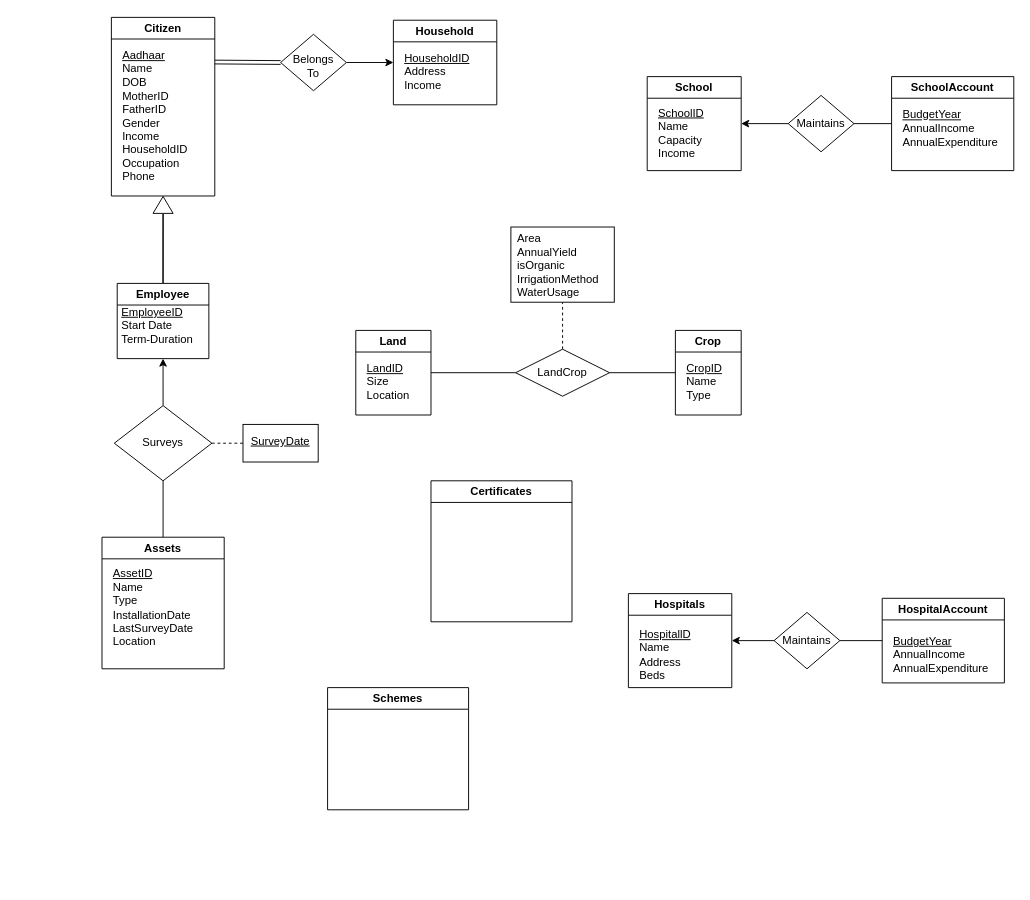
This is Entity_Relation_Diagram.drawio from RG-04/Gram-Panchayat-Management-System, a draw.io file, before an edit. Source tidied: cells renumbered, new cells numbered last; positions are measured from the earlier drawing's top-left corner, leaving out a move shared by most shapes. Both pictures are drawn from the tidied source at 94%, with x=0, y=0 at pixel (102, 17).
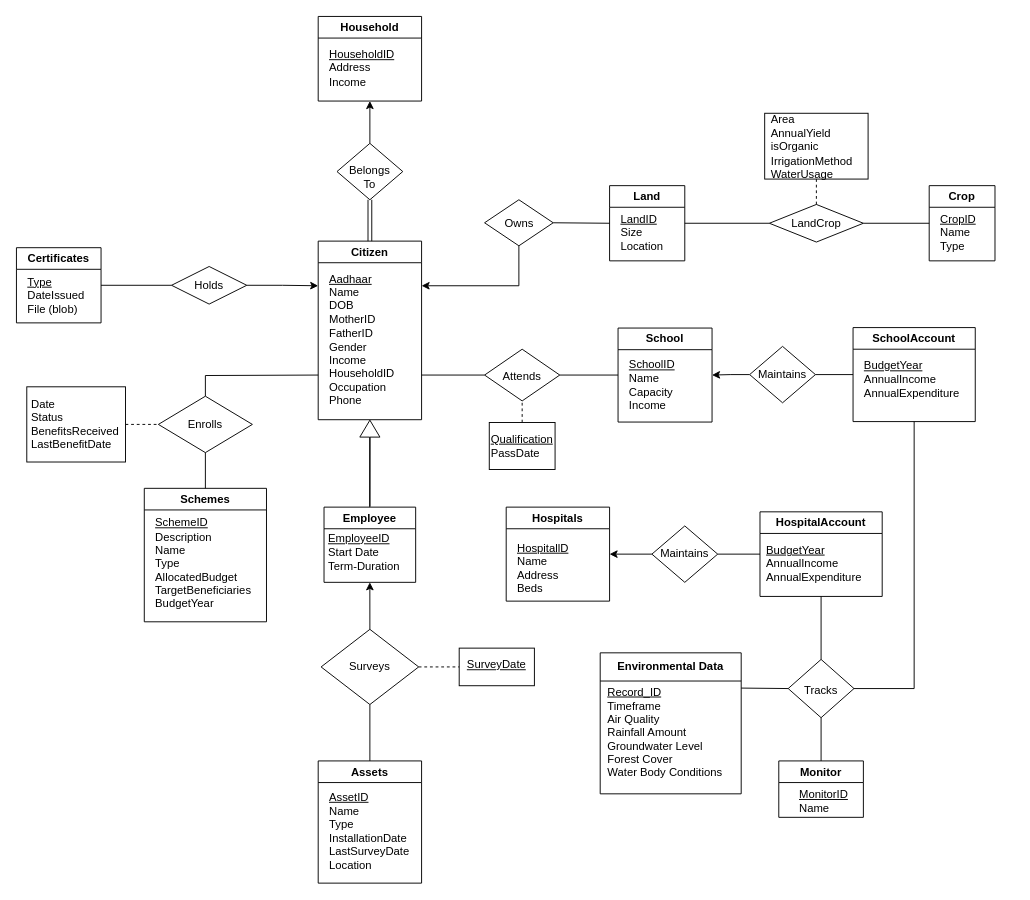
The same page after the edit.

Commit message:
erd draft done

What changed in the source:
```diff
@@
     <mxCell id="2" value="Citizen" style="swimlane;whiteSpace=wrap;html=1;" parent="1" vertex="1">
-      <mxGeometry x="10" width="110" height="190" as="geometry" />
+      <mxGeometry x="230" y="238" width="110" height="190" as="geometry" />
     </mxCell>
@@
-    <mxCell id="4" value="Certificates" style="swimlane;whiteSpace=wrap;html=1;" parent="1" vertex="1">
-      <mxGeometry x="350" y="493" width="150" height="150" as="geometry" />
-    </mxCell>
     <mxCell id="5" value="Land" style="swimlane;whiteSpace=wrap;html=1;" parent="1" vertex="1">
-      <mxGeometry x="270" y="333" width="80" height="90" as="geometry" />
+      <mxGeometry x="540" y="179" width="80" height="80" as="geometry" />
     </mxCell>
     <mxCell id="6" value="&lt;u&gt;LandID&lt;/u&gt;&lt;div&gt;Size&lt;/div&gt;&lt;div&gt;Location&lt;/div&gt;" style="text;html=1;align=left;verticalAlign=middle;whiteSpace=wrap;rounded=0;" parent="5" vertex="1">
-      <mxGeometry x="10" y="30" width="65" height="50" as="geometry" />
+      <mxGeometry x="10" y="30" width="65" height="40" as="geometry" />
     </mxCell>
     <mxCell id="7" value="Household" style="swimlane;whiteSpace=wrap;html=1;" parent="1" vertex="1">
-      <mxGeometry x="310" y="3" width="110" height="90" as="geometry" />
+      <mxGeometry x="230" y="-1" width="110" height="90" as="geometry" />
     </mxCell>
@@
     <mxCell id="9" value="School" style="swimlane;whiteSpace=wrap;html=1;" parent="1" vertex="1">
-      <mxGeometry x="580" y="63" width="100" height="100" as="geometry" />
+      <mxGeometry x="549" y="330.5" width="100" height="100" as="geometry" />
     </mxCell>
@@
     <mxCell id="11" value="Crop" style="swimlane;whiteSpace=wrap;html=1;" parent="1" vertex="1">
-      <mxGeometry x="610" y="333" width="70" height="90" as="geometry" />
+      <mxGeometry x="880" y="179" width="70" height="80" as="geometry" />
     </mxCell>
     <mxCell id="12" value="&lt;u&gt;CropID&lt;/u&gt;&lt;div&gt;Name&lt;/div&gt;&lt;div&gt;Type&lt;/div&gt;" style="text;html=1;align=left;verticalAlign=middle;whiteSpace=wrap;rounded=0;" parent="11" vertex="1">
-      <mxGeometry x="10" y="30" width="60" height="50" as="geometry" />
+      <mxGeometry x="10" y="30" width="60" height="40" as="geometry" />
     </mxCell>
     <mxCell id="13" value="SchoolAccount" style="swimlane;whiteSpace=wrap;html=1;" parent="1" vertex="1">
-      <mxGeometry x="840" y="63" width="130" height="100" as="geometry" />
+      <mxGeometry x="799" y="330" width="130" height="100" as="geometry" />
     </mxCell>
@@
     <mxCell id="15" value="HospitalAccount" style="swimlane;whiteSpace=wrap;html=1;" parent="1" vertex="1">
-      <mxGeometry x="830" y="618" width="130" height="90" as="geometry" />
+      <mxGeometry x="700" y="526" width="130" height="90" as="geometry" />
     </mxCell>
     <mxCell id="16" value="&lt;div&gt;&lt;span style=&quot;background-color: transparent; color: light-dark(rgb(0, 0, 0), rgb(255, 255, 255));&quot;&gt;&lt;u&gt;BudgetYear&lt;/u&gt;&lt;/span&gt;&lt;/div&gt;&lt;div&gt;AnnualIncome&lt;/div&gt;&lt;div&gt;AnnualExpenditure&lt;/div&gt;" style="text;html=1;align=left;verticalAlign=middle;whiteSpace=wrap;rounded=0;" parent="15" vertex="1">
-      <mxGeometry x="10" y="35" width="110" height="50" as="geometry" />
+      <mxGeometry x="5" y="30" width="110" height="50" as="geometry" />
     </mxCell>
     <mxCell id="17" value="Hospitals" style="swimlane;whiteSpace=wrap;html=1;" parent="1" vertex="1">
-      <mxGeometry x="560" y="613" width="110" height="100" as="geometry" />
+      <mxGeometry x="430" y="521" width="110" height="100" as="geometry" />
     </mxCell>
@@
     <mxCell id="19" value="Schemes" style="swimlane;whiteSpace=wrap;html=1;" parent="1" vertex="1">
-      <mxGeometry x="240" y="713" width="150" height="130" as="geometry" />
+      <mxGeometry x="45" y="501" width="130" height="142" as="geometry" />
     </mxCell>
+    <mxCell id="51" value="&lt;div&gt;&lt;u&gt;SchemeID&lt;/u&gt;&lt;/div&gt;&lt;div&gt;Description&lt;/div&gt;&lt;div&gt;Name&lt;/div&gt;&lt;div&gt;Type&lt;/div&gt;&lt;div&gt;AllocatedBudget&lt;/div&gt;&lt;div&gt;TargetBeneficiaries&lt;/div&gt;&lt;div&gt;BudgetYear&lt;/div&gt;" style="text;html=1;align=left;verticalAlign=middle;whiteSpace=wrap;rounded=0;" parent="19" vertex="1">
+      <mxGeometry x="10" y="25" width="115" height="110" as="geometry" />
+    </mxCell>
     <mxCell id="20" value="Assets" style="swimlane;whiteSpace=wrap;html=1;startSize=23;" parent="1" vertex="1">
-      <mxGeometry y="553" width="130" height="140" as="geometry" />
+      <mxGeometry x="230" y="791" width="110" height="130" as="geometry" />
     </mxCell>
@@
     <mxCell id="22" value="Employee" style="swimlane;whiteSpace=wrap;html=1;" parent="1" vertex="1">
-      <mxGeometry x="16.2" y="283" width="97.5" height="80" as="geometry" />
+      <mxGeometry x="236.2" y="521" width="97.5" height="80" as="geometry" />
     </mxCell>
     <mxCell id="23" value="&lt;div&gt;&lt;u&gt;EmployeeID&lt;/u&gt;&lt;/div&gt;&lt;div&gt;&lt;span style=&quot;background-color: transparent; color: light-dark(rgb(0, 0, 0), rgb(255, 255, 255));&quot;&gt;Start Date&lt;/span&gt;&lt;/div&gt;&lt;div&gt;Term-Duration&lt;/div&gt;" style="text;html=1;align=left;verticalAlign=middle;whiteSpace=wrap;rounded=0;" parent="22" vertex="1">
-      <mxGeometry x="3.1" y="20" width="85" height="50" as="geometry" />
+      <mxGeometry x="3.1" y="23" width="85" height="50" as="geometry" />
     </mxCell>
@@
     <mxCell id="25" style="rhombus;whiteSpace=wrap;html=1;" parent="1" vertex="1">
-      <mxGeometry x="440" y="353" width="100" height="50" as="geometry" />
+      <mxGeometry x="710" y="199" width="100" height="40" as="geometry" />
     </mxCell>
     <mxCell id="26" value="LandCrop" style="text;html=1;align=center;verticalAlign=middle;whiteSpace=wrap;rounded=0;" parent="1" vertex="1">
-      <mxGeometry x="460" y="363" width="60" height="30" as="geometry" />
+      <mxGeometry x="730" y="209" width="60" height="20" as="geometry" />
     </mxCell>
@@
     <mxCell id="30" style="rounded=0;whiteSpace=wrap;html=1;" parent="1" vertex="1">
-      <mxGeometry x="435" y="223" width="110" height="80" as="geometry" />
+      <mxGeometry x="705" y="102" width="110" height="70" as="geometry" />
     </mxCell>
     <mxCell id="31" value="&lt;div&gt;Area&lt;/div&gt;&lt;div&gt;&lt;span style=&quot;background-color: transparent; color: light-dark(rgb(0, 0, 0), rgb(255, 255, 255));&quot;&gt;AnnualYield&lt;/span&gt;&lt;/div&gt;&lt;div&gt;&lt;span style=&quot;background-color: transparent; color: light-dark(rgb(0, 0, 0), rgb(255, 255, 255));&quot;&gt;isOrganic&lt;/span&gt;&lt;/div&gt;&lt;div&gt;&lt;span style=&quot;background-color: transparent; color: light-dark(rgb(0, 0, 0), rgb(255, 255, 255));&quot;&gt;IrrigationMethod&lt;/span&gt;&lt;/div&gt;&lt;div&gt;&lt;span style=&quot;background-color: transparent; color: light-dark(rgb(0, 0, 0), rgb(255, 255, 255));&quot;&gt;WaterUsage&lt;/span&gt;&lt;/div&gt;&lt;div&gt;&lt;br&gt;&lt;/div&gt;" style="text;html=1;align=left;verticalAlign=middle;whiteSpace=wrap;rounded=0;" parent="1" vertex="1">
-      <mxGeometry x="440" y="238" width="100" height="65" as="geometry" />
+      <mxGeometry x="710" y="117" width="100" height="55" as="geometry" />
     </mxCell>
@@
     <mxCell id="33" style="rhombus;whiteSpace=wrap;html=1;" parent="1" vertex="1">
-      <mxGeometry x="13.1" y="413" width="103.8" height="80" as="geometry" />
+      <mxGeometry x="233.1" y="651" width="103.8" height="80" as="geometry" />
     </mxCell>
     <mxCell id="34" value="&lt;div&gt;Surveys&lt;/div&gt;" style="text;html=1;align=center;verticalAlign=middle;whiteSpace=wrap;rounded=0;" parent="1" vertex="1">
-      <mxGeometry x="30.9" y="435.5" width="68.1" height="35" as="geometry" />
+      <mxGeometry x="250.9" y="673.5" width="68.1" height="35" as="geometry" />
     </mxCell>
@@
-    <mxCell id="36" style="endArrow=none;dashed=1;html=1;rounded=0;exitX=1;exitY=0.5;exitDx=0;exitDy=0;" parent="1" edge="1" source="33" target="37">
-      <mxGeometry relative="1" as="geometry" />
-    </mxCell>
     <mxCell id="37" style="rounded=0;whiteSpace=wrap;html=1;" parent="1" vertex="1">
-      <mxGeometry x="150" y="433" width="80" height="40" as="geometry" />
+      <mxGeometry x="380" y="671" width="80" height="40" as="geometry" />
     </mxCell>
     <mxCell id="38" value="&lt;u&gt;SurveyDate&lt;/u&gt;" style="text;html=1;align=center;verticalAlign=middle;whiteSpace=wrap;rounded=0;" parent="1" vertex="1">
-      <mxGeometry x="160" y="435.5" width="60" height="30" as="geometry" />
+      <mxGeometry x="390" y="673.5" width="60" height="30" as="geometry" />
     </mxCell>
@@
     <mxCell id="40" style="rhombus;whiteSpace=wrap;html=1;" parent="1" vertex="1">
-      <mxGeometry x="730" y="83" width="70" height="60" as="geometry" />
+      <mxGeometry x="689" y="350" width="70" height="60" as="geometry" />
     </mxCell>
     <mxCell id="41" value="Maintains" style="text;html=1;align=center;verticalAlign=middle;whiteSpace=wrap;rounded=0;" parent="1" vertex="1">
-      <mxGeometry x="735" y="98" width="60" height="30" as="geometry" />
+      <mxGeometry x="694" y="365" width="60" height="30" as="geometry" />
     </mxCell>
@@
     <mxCell id="44" style="rhombus;whiteSpace=wrap;html=1;" parent="1" vertex="1">
-      <mxGeometry x="715" y="633" width="70" height="60" as="geometry" />
+      <mxGeometry x="585" y="541" width="70" height="60" as="geometry" />
     </mxCell>
     <mxCell id="45" value="Maintains" style="text;html=1;align=center;verticalAlign=middle;whiteSpace=wrap;rounded=0;" parent="1" vertex="1">
-      <mxGeometry x="720" y="648" width="60" height="30" as="geometry" />
+      <mxGeometry x="590" y="556" width="60" height="30" as="geometry" />
     </mxCell>
@@
-    <mxCell id="47" style="edgeStyle=orthogonalEdgeStyle;rounded=0;jettySize=auto;html=1;entryX=0;entryY=0.5;entryDx=0;entryDy=0;" parent="1" edge="1" source="48" target="7">
+    <mxCell id="47" style="edgeStyle=orthogonalEdgeStyle;rounded=0;jettySize=auto;html=1;entryX=0.5;entryY=1;entryDx=0;entryDy=0;exitX=0.5;exitY=0;exitDx=0;exitDy=0;" parent="1" edge="1" source="48" target="7">
       <mxGeometry relative="1" as="geometry" />
     </mxCell>
     <mxCell id="48" style="rhombus;whiteSpace=wrap;html=1;" parent="1" vertex="1">
-      <mxGeometry x="190" y="18" width="70" height="60" as="geometry" />
+      <mxGeometry x="250" y="134" width="70" height="60" as="geometry" />
     </mxCell>
     <mxCell id="49" value="Belongs To" style="text;html=1;align=center;verticalAlign=middle;whiteSpace=wrap;rounded=0;" parent="1" vertex="1">
-      <mxGeometry x="195" y="37" width="60" height="30" as="geometry" />
+      <mxGeometry x="255" y="155" width="60" height="30" as="geometry" />
     </mxCell>
-    <mxCell id="50" style="shape=link;html=1;rounded=0;exitX=1;exitY=0.25;exitDx=0;exitDy=0;entryX=0;entryY=0.5;entryDx=0;entryDy=0;" parent="1" edge="1" source="2" target="48">
+    <mxCell id="50" style="shape=link;html=1;rounded=0;exitX=0.5;exitY=0;exitDx=0;exitDy=0;entryX=0.5;entryY=1;entryDx=0;entryDy=0;" parent="1" edge="1" source="2" target="48">
       <mxGeometry relative="1" as="geometry" />
     </mxCell>
+    <mxCell id="52" style="rhombus;whiteSpace=wrap;html=1;" parent="1" vertex="1">
+      <mxGeometry x="407" y="353" width="80" height="55" as="geometry" />
+    </mxCell>
+    <mxCell id="53" value="Attends" style="text;html=1;align=center;verticalAlign=middle;whiteSpace=wrap;rounded=0;" parent="1" vertex="1">
+      <mxGeometry x="417" y="366.5" width="60" height="30" as="geometry" />
+    </mxCell>
+    <mxCell id="54" style="endArrow=none;html=1;rounded=0;exitX=1;exitY=0.5;exitDx=0;exitDy=0;entryX=0;entryY=0.5;entryDx=0;entryDy=0;" parent="1" edge="1" source="52" target="9">
+      <mxGeometry relative="1" as="geometry" />
+    </mxCell>
+    <mxCell id="55" style="endArrow=none;html=1;rounded=0;entryX=0;entryY=0.5;entryDx=0;entryDy=0;exitX=1;exitY=0.75;exitDx=0;exitDy=0;" parent="1" edge="1" source="2" target="52">
+      <mxGeometry relative="1" as="geometry" />
+    </mxCell>
+    <mxCell id="56" style="endArrow=none;dashed=1;html=1;rounded=0;entryX=0.5;entryY=1;entryDx=0;entryDy=0;" parent="1" edge="1" target="52">
+      <mxGeometry relative="1" as="geometry">
+        <mxPoint x="447" y="431" as="sourcePoint" />
+      </mxGeometry>
+    </mxCell>
+    <mxCell id="57" style="rounded=0;whiteSpace=wrap;html=1;" parent="1" vertex="1">
+      <mxGeometry x="412" y="431" width="70" height="50" as="geometry" />
+    </mxCell>
+    <mxCell id="58" value="&lt;u&gt;Qualification&lt;/u&gt;&lt;div&gt;PassDate&lt;/div&gt;" style="text;html=1;align=left;verticalAlign=middle;whiteSpace=wrap;rounded=0;" parent="1" vertex="1">
+      <mxGeometry x="412" y="436" width="75" height="40" as="geometry" />
+    </mxCell>
+    <mxCell id="4" value="Certificates" style="swimlane;whiteSpace=wrap;html=1;" parent="1" vertex="1">
+      <mxGeometry x="-91" y="245" width="90" height="80" as="geometry" />
+    </mxCell>
+    <mxCell id="59" value="&lt;u&gt;Type&lt;/u&gt;&lt;div&gt;DateIssued&lt;/div&gt;&lt;div&gt;File (blob)&lt;/div&gt;" style="text;html=1;align=left;verticalAlign=middle;whiteSpace=wrap;rounded=0;" parent="4" vertex="1">
+      <mxGeometry x="10" y="26" width="70" height="50" as="geometry" />
+    </mxCell>
+    <mxCell id="60" style="rhombus;whiteSpace=wrap;html=1;" parent="1" vertex="1">
+      <mxGeometry x="74" y="265" width="80" height="40" as="geometry" />
+    </mxCell>
+    <mxCell id="61" value="Holds" style="text;html=1;align=center;verticalAlign=middle;whiteSpace=wrap;rounded=0;" parent="1" vertex="1">
+      <mxGeometry x="84" y="270" width="60" height="30" as="geometry" />
+    </mxCell>
+    <mxCell id="62" style="endArrow=none;html=1;rounded=0;entryX=1;entryY=0.5;entryDx=0;entryDy=0;exitX=0;exitY=0.5;exitDx=0;exitDy=0;" parent="1" edge="1" source="60" target="4">
+      <mxGeometry relative="1" as="geometry" />
+    </mxCell>
+    <mxCell id="63" style="endArrow=none;html=1;rounded=0;entryX=0;entryY=0.75;entryDx=0;entryDy=0;exitX=0.5;exitY=0;exitDx=0;exitDy=0;" parent="1" edge="1" source="64" target="2">
+      <mxGeometry relative="1" as="geometry">
+        <Array as="points">
+          <mxPoint x="110" y="381" />
+        </Array>
+      </mxGeometry>
+    </mxCell>
+    <mxCell id="64" style="rhombus;whiteSpace=wrap;html=1;" parent="1" vertex="1">
+      <mxGeometry x="60" y="403" width="100" height="60" as="geometry" />
+    </mxCell>
+    <mxCell id="65" value="Enrolls" style="text;html=1;align=center;verticalAlign=middle;whiteSpace=wrap;rounded=0;" parent="1" vertex="1">
+      <mxGeometry x="80" y="420.5" width="60" height="25" as="geometry" />
+    </mxCell>
+    <mxCell id="66" style="endArrow=none;html=1;rounded=0;entryX=0.5;entryY=1;entryDx=0;entryDy=0;exitX=0.5;exitY=0;exitDx=0;exitDy=0;" parent="1" edge="1" source="19" target="64">
+      <mxGeometry relative="1" as="geometry" />
+    </mxCell>
+    <mxCell id="67" style="edgeStyle=orthogonalEdgeStyle;rounded=0;jettySize=auto;html=1;entryX=0;entryY=0.25;entryDx=0;entryDy=0;exitX=1;exitY=0.5;exitDx=0;exitDy=0;" parent="1" edge="1" source="60" target="2">
+      <mxGeometry relative="1" as="geometry" />
+    </mxCell>
+    <mxCell id="68" style="rhombus;whiteSpace=wrap;html=1;" parent="1" vertex="1">
+      <mxGeometry x="407" y="194" width="73" height="49" as="geometry" />
+    </mxCell>
+    <mxCell id="69" style="edgeStyle=orthogonalEdgeStyle;rounded=0;orthogonalLoop=1;jettySize=auto;html=1;exitX=0.5;exitY=1;exitDx=0;exitDy=0;" parent="1" edge="1" source="68" target="68">
+      <mxGeometry relative="1" as="geometry" />
+    </mxCell>
+    <mxCell id="70" style="edgeStyle=orthogonalEdgeStyle;rounded=0;jettySize=auto;html=1;entryX=1;entryY=0.25;entryDx=0;entryDy=0;exitX=0.5;exitY=1;exitDx=0;exitDy=0;" parent="1" edge="1" source="68" target="2">
+      <mxGeometry relative="1" as="geometry" />
+    </mxCell>
+    <mxCell id="71" value="Owns" style="text;html=1;align=center;verticalAlign=middle;whiteSpace=wrap;rounded=0;" parent="1" vertex="1">
+      <mxGeometry x="413.5" y="203.5" width="60" height="30" as="geometry" />
+    </mxCell>
+    <mxCell id="72" style="endArrow=none;html=1;rounded=0;exitX=1;exitY=0.5;exitDx=0;exitDy=0;entryX=0;entryY=0.5;entryDx=0;entryDy=0;" parent="1" edge="1" source="68" target="5">
+      <mxGeometry relative="1" as="geometry" />
+    </mxCell>
+    <mxCell id="36" style="endArrow=none;dashed=1;html=1;rounded=0;exitX=1;exitY=0.5;exitDx=0;exitDy=0;entryX=0;entryY=0.5;entryDx=0;entryDy=0;" parent="1" edge="1" source="33" target="37">
+      <mxGeometry relative="1" as="geometry" />
+    </mxCell>
+    <mxCell id="73" style="endArrow=none;dashed=1;html=1;rounded=0;entryX=0;entryY=0.5;entryDx=0;entryDy=0;exitX=1;exitY=0.5;exitDx=0;exitDy=0;" parent="1" edge="1" source="74" target="64">
+      <mxGeometry relative="1" as="geometry" />
+    </mxCell>
+    <mxCell id="74" style="rounded=0;whiteSpace=wrap;html=1;" parent="1" vertex="1">
+      <mxGeometry x="-80" y="393" width="105" height="80" as="geometry" />
+    </mxCell>
+    <mxCell id="75" value="Date&lt;div&gt;Status&lt;/div&gt;&lt;div&gt;BenefitsReceived&lt;/div&gt;&lt;div&gt;LastBenefitDate&lt;/div&gt;" style="text;html=1;align=left;verticalAlign=middle;whiteSpace=wrap;rounded=0;" parent="1" vertex="1">
+      <mxGeometry x="-77.5" y="403" width="102.5" height="60" as="geometry" />
+    </mxCell>
+    <mxCell id="76" style="rhombus;whiteSpace=wrap;html=1;" parent="1" vertex="1">
+      <mxGeometry x="730" y="683" width="70" height="62" as="geometry" />
+    </mxCell>
+    <mxCell id="77" style="endArrow=none;html=1;rounded=0;entryX=0.5;entryY=1;entryDx=0;entryDy=0;exitX=0.5;exitY=0;exitDx=0;exitDy=0;" parent="1" edge="1" source="76" target="15">
+      <mxGeometry relative="1" as="geometry" />
+    </mxCell>
+    <mxCell id="78" style="endArrow=none;html=1;rounded=0;entryX=0.5;entryY=1;entryDx=0;entryDy=0;exitX=1;exitY=0.5;exitDx=0;exitDy=0;" parent="1" edge="1" source="76" target="13">
+      <mxGeometry relative="1" as="geometry">
+        <Array as="points">
+          <mxPoint x="864" y="714" />
+        </Array>
+      </mxGeometry>
+    </mxCell>
+    <mxCell id="79" style="endArrow=none;html=1;rounded=0;entryX=0;entryY=0.5;entryDx=0;entryDy=0;exitX=1;exitY=0.25;exitDx=0;exitDy=0;" parent="1" edge="1" source="80" target="76">
+      <mxGeometry relative="1" as="geometry" />
+    </mxCell>
+    <mxCell id="80" value="Environmental Data" style="swimlane;whiteSpace=wrap;html=1;startSize=30;" parent="1" vertex="1">
+      <mxGeometry x="530" y="676" width="150" height="150" as="geometry" />
+    </mxCell>
+    <mxCell id="81" value="&lt;div&gt;&lt;u&gt;Record_ID&lt;/u&gt;&lt;/div&gt;&lt;div&gt;Timeframe&lt;/div&gt;Air Quality&lt;div&gt;Rainfall Amount&lt;/div&gt;&lt;div&gt;Groundwater Level&lt;/div&gt;&lt;div&gt;Forest Cover&lt;/div&gt;&lt;div&gt;Water Body Conditions&lt;/div&gt;" style="text;html=1;align=left;verticalAlign=middle;whiteSpace=wrap;rounded=0;" parent="80" vertex="1">
+      <mxGeometry x="5.5" y="27.5" width="139" height="115" as="geometry" />
+    </mxCell>
+    <mxCell id="82" value="Tracks" style="text;html=1;align=center;verticalAlign=middle;whiteSpace=wrap;rounded=0;" parent="1" vertex="1">
+      <mxGeometry x="735" y="701" width="60" height="30" as="geometry" />
+    </mxCell>
+    <mxCell id="83" value="Monitor" style="swimlane;whiteSpace=wrap;html=1;" parent="1" vertex="1">
+      <mxGeometry x="720" y="791" width="90" height="60" as="geometry" />
+    </mxCell>
+    <mxCell id="84" value="&lt;u&gt;MonitorID&lt;/u&gt;&lt;div&gt;Name&lt;/div&gt;" style="text;html=1;align=left;verticalAlign=middle;whiteSpace=wrap;rounded=0;" parent="83" vertex="1">
+      <mxGeometry x="20" y="28" width="60" height="30" as="geometry" />
+    </mxCell>
+    <mxCell id="85" style="endArrow=none;html=1;rounded=0;entryX=0.5;entryY=1;entryDx=0;entryDy=0;exitX=0.5;exitY=0;exitDx=0;exitDy=0;" parent="1" edge="1" source="83" target="76">
+      <mxGeometry relative="1" as="geometry" />
+    </mxCell>
```
